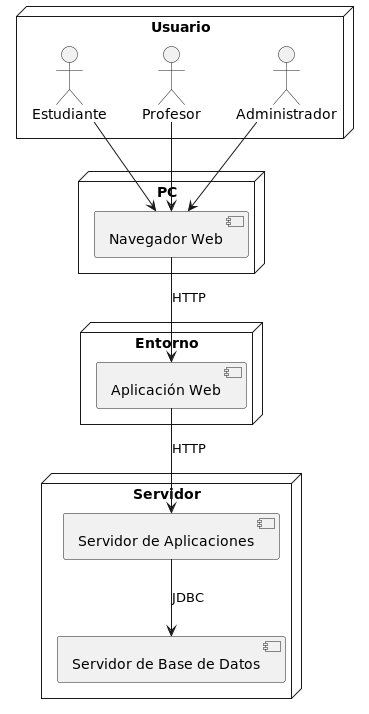
Above: Diagramas/depliegue.png in SrNe0/HorarioUIS (PlantUML), before the change.
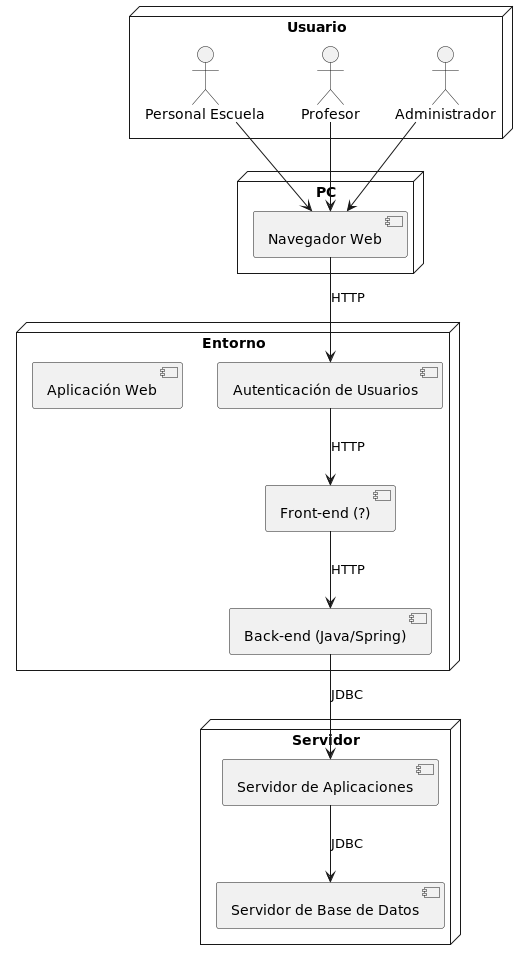
The same file after the commit.

The edit, as a diff of the source:
```diff
@@ -1,6 +1,6 @@
 @startuml
 node "Usuario" as Usuario {
-    actor Estudiante
+    actor "Personal Escuela" as PersonalEscuela
     actor Profesor
     actor Administrador
 }
@@ -10,6 +10,9 @@
 }
 
 node "Entorno" as Entorno {
+    component "Autenticación de Usuarios" as Autenticacion
+    component "Front-end (?)" as FrontEnd
+    component "Back-end (Java/Spring)" as BackEnd
     component "Aplicación Web" as AppWeb
 }
 
@@ -18,11 +21,13 @@
     component "Servidor de Base de Datos" as ServidorBD
 }
 
-Estudiante --> Navegador
+PersonalEscuela --> Navegador
 Profesor --> Navegador
 Administrador --> Navegador
 
-Navegador --> AppWeb : HTTP
-AppWeb --> ServidorApp : HTTP
+Navegador --> Autenticacion : HTTP
+Autenticacion --> FrontEnd : HTTP
+FrontEnd --> BackEnd : HTTP
+BackEnd --> ServidorApp : JDBC
 ServidorApp --> ServidorBD : JDBC
 @enduml
```
